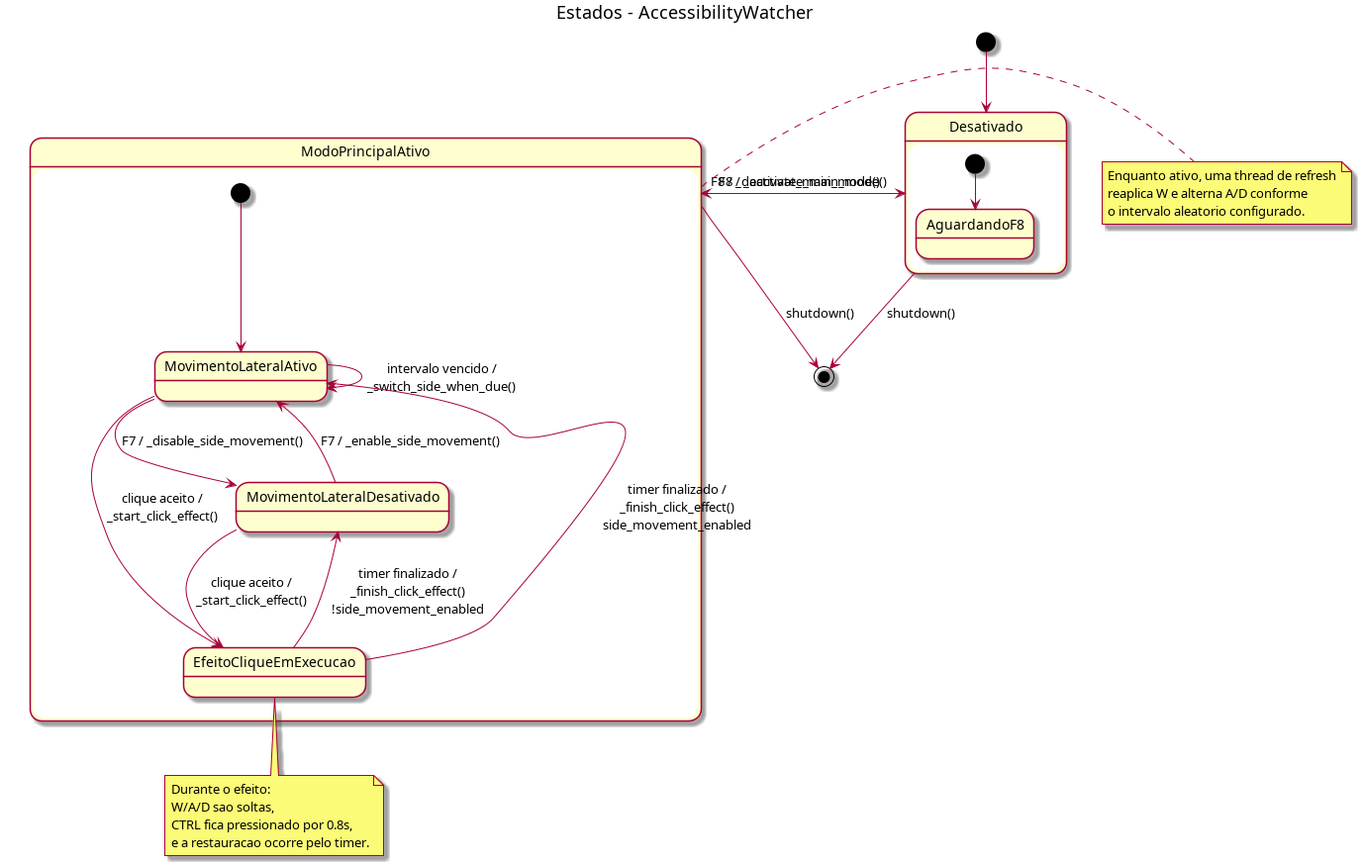
The PlantUML diagram docs/estados.png in clesiorki2018/cs2-watcher, before a commit. Its source is kept beside it as docs/estados.puml.
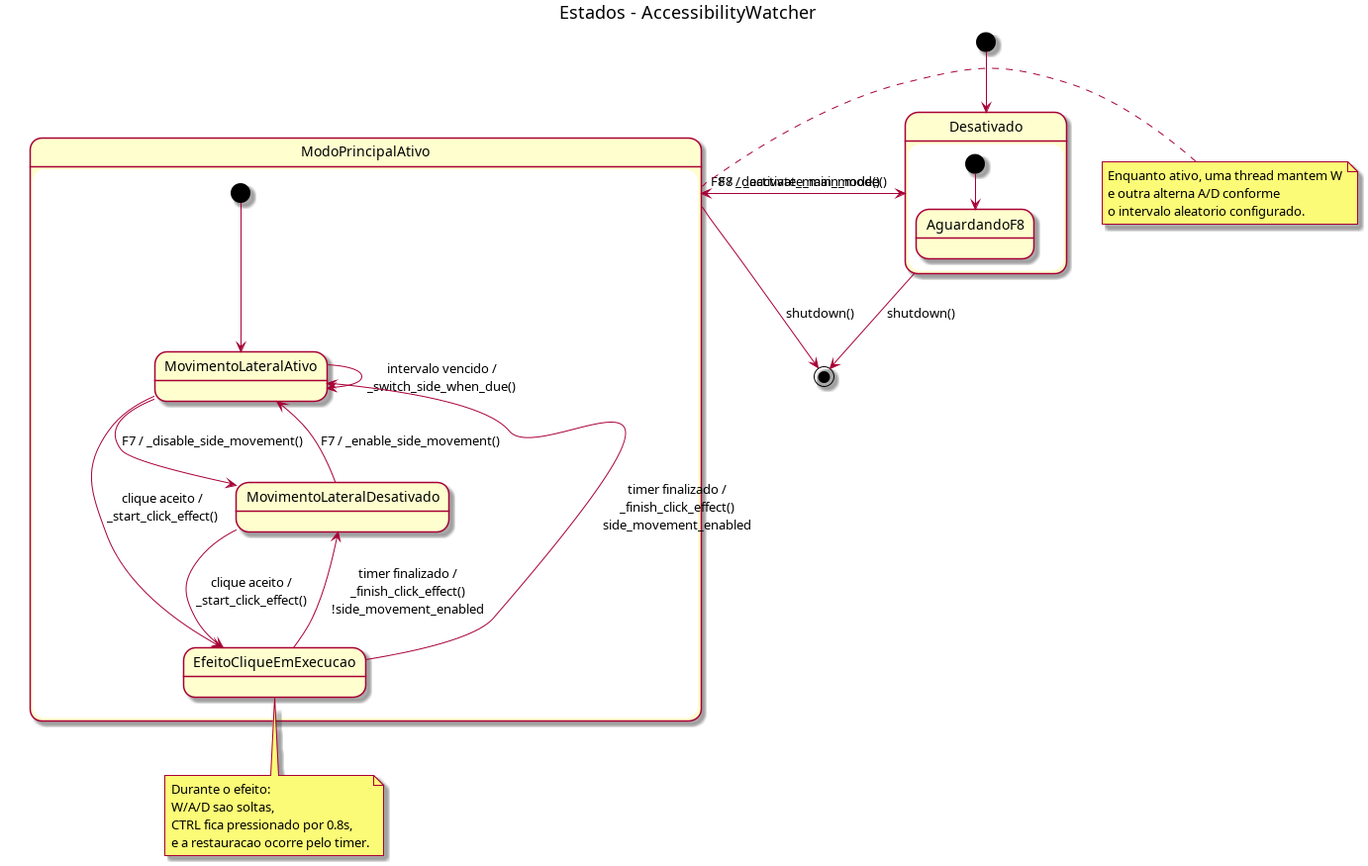
After the change.

What changed in the source:
```diff
@@ -30,8 +30,8 @@
 ModoPrincipalAtivo --> [*] : shutdown()
 
 note right of ModoPrincipalAtivo
-Enquanto ativo, uma thread de refresh
-reaplica W e alterna A/D conforme
+Enquanto ativo, uma thread mantem W
+e outra alterna A/D conforme
 o intervalo aleatorio configurado.
 end note
 
```
